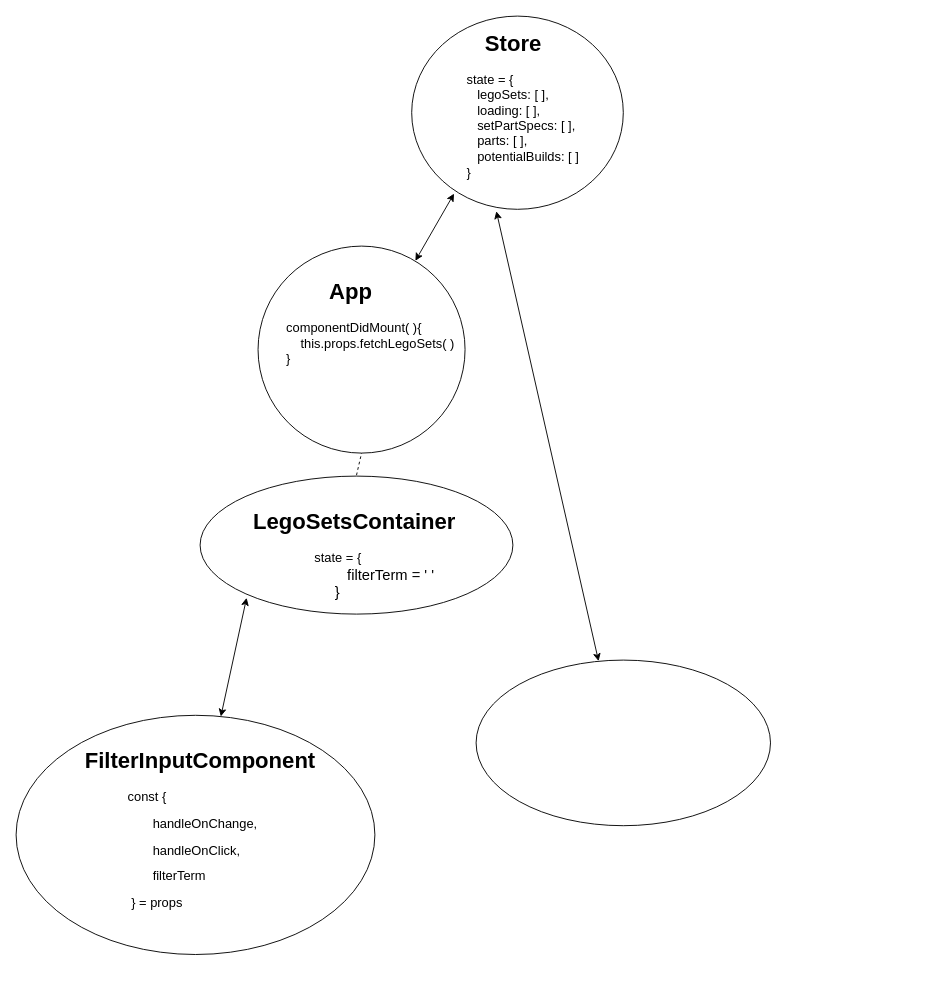
DavidRMorphew/my-bricks-app-frontend keeps this draw.io diagram as StateTreeDiagram.drawio. Above is the earlier version. Source tidied: cells renumbered, new cells numbered last; positions are measured from the earlier drawing's top-left corner, leaving out a move shared by most shapes. Both pictures are drawn from the tidied source at 92%, with x=0, y=0 at pixel (16, 16).
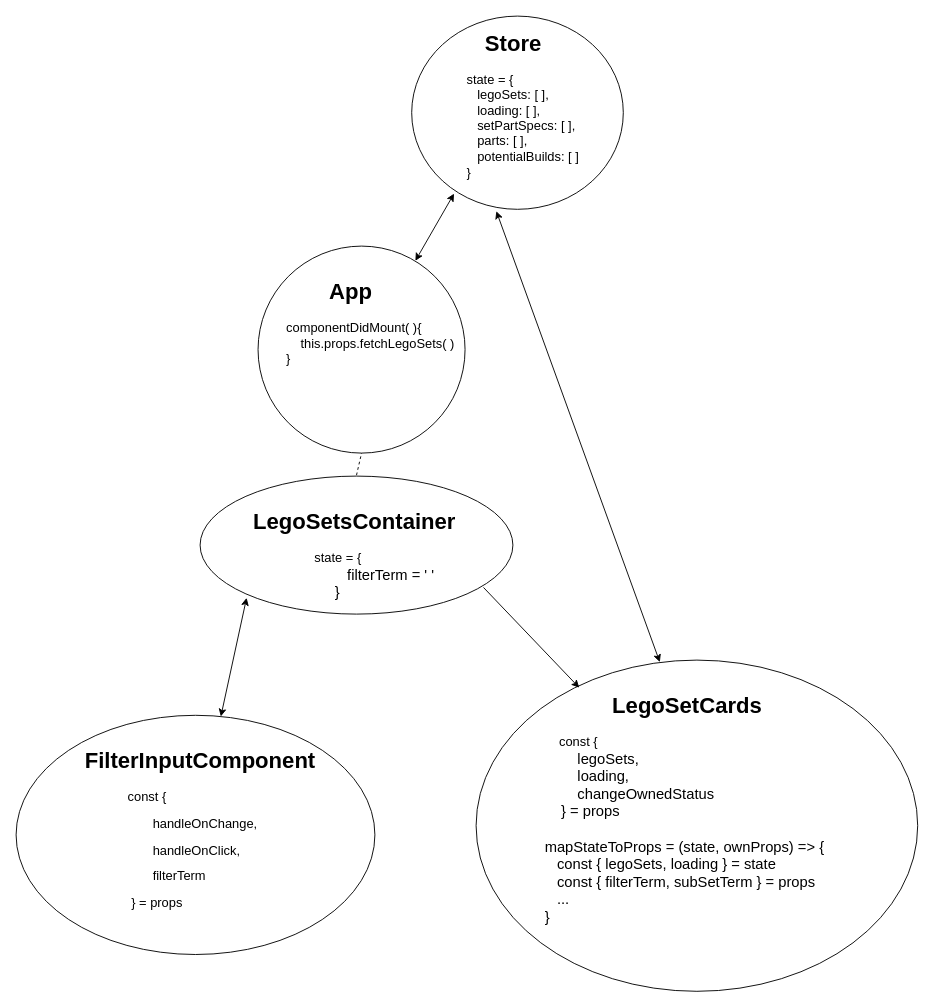
The same diagram, later.

Commit message (it also covers changes not shown here):
LegoSetCards component has variable assignment of destructured ownProps in mapStateToProps and StateTreeDiagram.drawio updated

Change to the diagram source:
```diff
@@
 <mxGraphModel>
   <root>
     <mxCell id="0" />
     <mxCell id="1" parent="0" />
     <mxCell id="2" style="ellipse;whiteSpace=wrap;html=1;" parent="1" vertex="1">
       <mxGeometry x="430" width="230" height="210" as="geometry" />
     </mxCell>
     <mxCell id="3" value="&lt;h1&gt;&amp;nbsp; &amp;nbsp;Store&lt;/h1&gt;&lt;div&gt;&lt;font style=&quot;font-size: 14px&quot;&gt;&lt;span style=&quot;text-align: center&quot;&gt;state =&amp;nbsp;&lt;/span&gt;&lt;span style=&quot;text-align: center&quot;&gt;{&lt;/span&gt;&lt;br style=&quot;text-align: center&quot;&gt;&lt;span style=&quot;text-align: center&quot;&gt;&amp;nbsp; &amp;nbsp;legoSets: [ ],&lt;/span&gt;&lt;br style=&quot;text-align: center&quot;&gt;&lt;span style=&quot;text-align: center&quot;&gt;&amp;nbsp; &amp;nbsp;loading: [ ],&lt;/span&gt;&lt;br style=&quot;text-align: center&quot;&gt;&lt;span style=&quot;text-align: center&quot;&gt;&amp;nbsp; &amp;nbsp;setPartSpecs: [ ],&lt;/span&gt;&lt;br style=&quot;text-align: center&quot;&gt;&lt;span style=&quot;text-align: center&quot;&gt;&amp;nbsp; &amp;nbsp;parts: [ ],&lt;/span&gt;&lt;br style=&quot;text-align: center&quot;&gt;&lt;span style=&quot;text-align: center&quot;&gt;&amp;nbsp; &amp;nbsp;potentialBuilds: [ ]&lt;/span&gt;&lt;br style=&quot;text-align: center&quot;&gt;&lt;span style=&quot;text-align: center&quot;&gt;}&lt;/span&gt;&lt;/font&gt;&lt;br&gt;&lt;/div&gt;" style="text;html=1;strokeColor=none;fillColor=none;spacing=5;spacingTop=-20;whiteSpace=wrap;overflow=hidden;rounded=0;" parent="1" vertex="1">
       <mxGeometry x="485" y="10" width="190" height="170" as="geometry" />
     </mxCell>
     <mxCell id="4" style="ellipse;whiteSpace=wrap;html=1;" parent="1" vertex="1">
       <mxGeometry x="200" y="500" width="340" height="150" as="geometry" />
     </mxCell>
     <mxCell id="5" value="&lt;h1&gt;LegoSetsContainer&lt;/h1&gt;&lt;div&gt;&amp;nbsp; &amp;nbsp; &amp;nbsp; &amp;nbsp; &amp;nbsp; &amp;nbsp; &amp;nbsp; &amp;nbsp; &amp;nbsp; &amp;nbsp; &lt;font style=&quot;font-size: 14px&quot;&gt;state = {&lt;/font&gt;&lt;/div&gt;&lt;div&gt;&lt;font size=&quot;3&quot;&gt;&amp;nbsp; &amp;nbsp; &amp;nbsp; &amp;nbsp; &amp;nbsp; &amp;nbsp; &amp;nbsp; &amp;nbsp; &amp;nbsp; &amp;nbsp; &amp;nbsp; &amp;nbsp;filterTerm = ' '&lt;/font&gt;&lt;/div&gt;&lt;div&gt;&lt;font size=&quot;3&quot;&gt;&amp;nbsp; &amp;nbsp; &amp;nbsp; &amp;nbsp; &amp;nbsp; &amp;nbsp; &amp;nbsp; &amp;nbsp; &amp;nbsp; &amp;nbsp; }&lt;/font&gt;&lt;/div&gt;" style="text;html=1;strokeColor=none;fillColor=none;spacing=5;spacingTop=-20;whiteSpace=wrap;overflow=hidden;rounded=0;" parent="1" vertex="1">
       <mxGeometry x="253" y="530" width="245" height="120" as="geometry" />
     </mxCell>
     <mxCell id="6" style="endArrow=none;dashed=1;html=1;entryX=0.5;entryY=1;entryDx=0;entryDy=0;" parent="1" edge="1" target="10">
       <mxGeometry relative="1" as="geometry">
         <mxPoint x="370" y="499" as="sourcePoint" />
       </mxGeometry>
     </mxCell>
     <mxCell id="7" style="ellipse;whiteSpace=wrap;html=1;" parent="1" vertex="1">
       <mxGeometry y="760" width="390" height="260" as="geometry" />
     </mxCell>
     <mxCell id="8" value="&lt;h1&gt;FilterInputComponent&lt;/h1&gt;&lt;p&gt;&lt;font style=&quot;font-size: 14px&quot;&gt;&amp;nbsp; &amp;nbsp; &amp;nbsp; &amp;nbsp; &amp;nbsp; &amp;nbsp; const {&amp;nbsp;&lt;/font&gt;&lt;/p&gt;&lt;p&gt;&lt;font style=&quot;font-size: 14px&quot;&gt;&lt;span&gt;&amp;nbsp; &amp;nbsp; &amp;nbsp; &amp;nbsp; &amp;nbsp; &amp;nbsp; &amp;nbsp; &amp;nbsp; &amp;nbsp; &amp;nbsp;handleOnChange,&amp;nbsp;&lt;/span&gt;&lt;/font&gt;&lt;/p&gt;&lt;p&gt;&lt;font style=&quot;font-size: 14px&quot;&gt;&lt;span&gt;&amp;nbsp; &amp;nbsp; &amp;nbsp; &amp;nbsp; &amp;nbsp; &amp;nbsp; &amp;nbsp; &amp;nbsp; &amp;nbsp; &amp;nbsp;handleOnClick,&amp;nbsp;&lt;/span&gt;&lt;/font&gt;&lt;/p&gt;&lt;p&gt;&lt;font style=&quot;font-size: 14px&quot;&gt;&lt;span&gt;&amp;nbsp; &amp;nbsp; &amp;nbsp; &amp;nbsp; &amp;nbsp; &amp;nbsp; &amp;nbsp; &amp;nbsp; &amp;nbsp; &amp;nbsp;filterTerm&amp;nbsp;&amp;nbsp;&lt;/span&gt;&lt;/font&gt;&lt;/p&gt;&lt;p&gt;&lt;font style=&quot;font-size: 14px&quot;&gt;&lt;span&gt;&amp;nbsp; &amp;nbsp; &amp;nbsp; &amp;nbsp; &amp;nbsp; &amp;nbsp; &amp;nbsp;} = props&lt;/span&gt;&lt;/font&gt;&lt;/p&gt;" style="text;html=1;strokeColor=none;fillColor=none;spacing=5;spacingTop=-20;whiteSpace=wrap;overflow=hidden;rounded=0;" parent="1" vertex="1">
       <mxGeometry x="70" y="790" width="280" height="200" as="geometry" />
     </mxCell>
     <mxCell id="9" style="endArrow=classic;startArrow=classic;html=1;entryX=-0.01;entryY=0.853;entryDx=0;entryDy=0;entryPerimeter=0;" parent="1" edge="1" source="7" target="5">
       <mxGeometry relative="1" as="geometry" />
     </mxCell>
     <mxCell id="10" style="ellipse;whiteSpace=wrap;html=1;" parent="1" vertex="1">
       <mxGeometry x="263" y="250" width="225" height="225" as="geometry" />
     </mxCell>
     <mxCell id="11" value="&lt;h1&gt;&amp;nbsp; &amp;nbsp; &amp;nbsp; &amp;nbsp;App&lt;/h1&gt;&lt;div&gt;&lt;font style=&quot;font-size: 14px&quot;&gt;componentDidMount( ){&lt;/font&gt;&lt;/div&gt;&lt;div&gt;&lt;font style=&quot;font-size: 14px&quot;&gt;&amp;nbsp; &amp;nbsp; this.props.fetchLegoSets( )&lt;/font&gt;&lt;/div&gt;&lt;div&gt;&lt;font style=&quot;font-size: 14px&quot;&gt;}&lt;/font&gt;&lt;/div&gt;" style="text;html=1;strokeColor=none;fillColor=none;spacing=5;spacingTop=-20;whiteSpace=wrap;overflow=hidden;rounded=0;" parent="1" vertex="1">
       <mxGeometry x="289" y="280" width="199" height="140" as="geometry" />
     </mxCell>
     <mxCell id="12" style="ellipse;whiteSpace=wrap;html=1;" parent="1" vertex="1">
-      <mxGeometry x="500" y="700" width="320" height="180" as="geometry" />
+      <mxGeometry x="500" y="700" width="480" height="360" as="geometry" />
     </mxCell>
     <mxCell id="13" style="endArrow=classic;startArrow=classic;html=1;entryX=0.2;entryY=0.919;entryDx=0;entryDy=0;entryPerimeter=0;exitX=0.76;exitY=0.071;exitDx=0;exitDy=0;exitPerimeter=0;" parent="1" edge="1" source="10" target="2">
       <mxGeometry relative="1" as="geometry" />
     </mxCell>
     <mxCell id="14" style="endArrow=classic;startArrow=classic;html=1;entryX=0.416;entryY=0.006;entryDx=0;entryDy=0;entryPerimeter=0;exitX=0.4;exitY=1.01;exitDx=0;exitDy=0;exitPerimeter=0;" parent="1" edge="1" source="2" target="12">
       <mxGeometry relative="1" as="geometry" />
     </mxCell>
+    <mxCell id="15" value="&lt;h1&gt;&amp;nbsp; &amp;nbsp; &amp;nbsp; &amp;nbsp; &amp;nbsp; &amp;nbsp;LegoSetCards&lt;/h1&gt;&lt;div&gt;&lt;font style=&quot;font-size: 14px&quot;&gt;&amp;nbsp; &amp;nbsp; const {&amp;nbsp;&lt;/font&gt;&lt;/div&gt;&lt;div&gt;&lt;font size=&quot;3&quot;&gt;&amp;nbsp; &amp;nbsp; &amp;nbsp; &amp;nbsp; legoSets,&lt;/font&gt;&lt;/div&gt;&lt;div&gt;&lt;font size=&quot;3&quot;&gt;&amp;nbsp; &amp;nbsp; &amp;nbsp; &amp;nbsp; loading,&lt;/font&gt;&lt;/div&gt;&lt;div&gt;&lt;font size=&quot;3&quot;&gt;&amp;nbsp; &amp;nbsp; &amp;nbsp; &amp;nbsp; changeOwnedStatus&lt;/font&gt;&lt;/div&gt;&lt;div&gt;&lt;font size=&quot;3&quot;&gt;&amp;nbsp; &amp;nbsp; } = props&lt;/font&gt;&lt;/div&gt;&lt;div&gt;&lt;font size=&quot;3&quot;&gt;&amp;nbsp; &amp;nbsp;&lt;/font&gt;&lt;/div&gt;&lt;div&gt;&lt;font size=&quot;3&quot;&gt;mapStateToProps = (state, ownProps) =&amp;gt; {&lt;/font&gt;&lt;/div&gt;&lt;div&gt;&lt;font size=&quot;3&quot;&gt;&amp;nbsp; &amp;nbsp;const { legoSets, loading } = state&lt;/font&gt;&lt;/div&gt;&lt;div&gt;&lt;font size=&quot;3&quot;&gt;&amp;nbsp; &amp;nbsp;const { filterTerm, subSetTerm } = props&lt;/font&gt;&lt;/div&gt;&lt;div&gt;&lt;font size=&quot;3&quot;&gt;&amp;nbsp; &amp;nbsp;...&lt;/font&gt;&lt;/div&gt;&lt;div&gt;&lt;font size=&quot;3&quot;&gt;}&lt;/font&gt;&lt;/div&gt;" style="text;html=1;strokeColor=none;fillColor=none;spacing=5;spacingTop=-20;whiteSpace=wrap;overflow=hidden;rounded=0;" parent="1" vertex="1">
+      <mxGeometry x="570" y="730" width="390" height="320" as="geometry" />
+    </mxCell>
+    <mxCell id="16" style="endArrow=classic;html=1;exitX=0.906;exitY=0.807;exitDx=0;exitDy=0;exitPerimeter=0;" parent="1" edge="1" source="4" target="15">
+      <mxGeometry relative="1" as="geometry" />
+    </mxCell>
   </root>
 </mxGraphModel>
```
